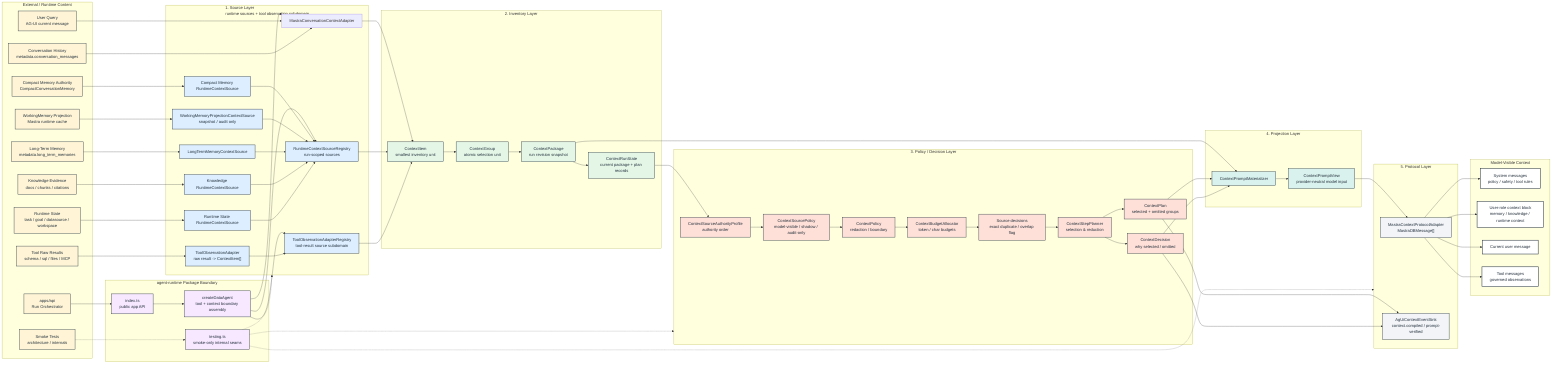
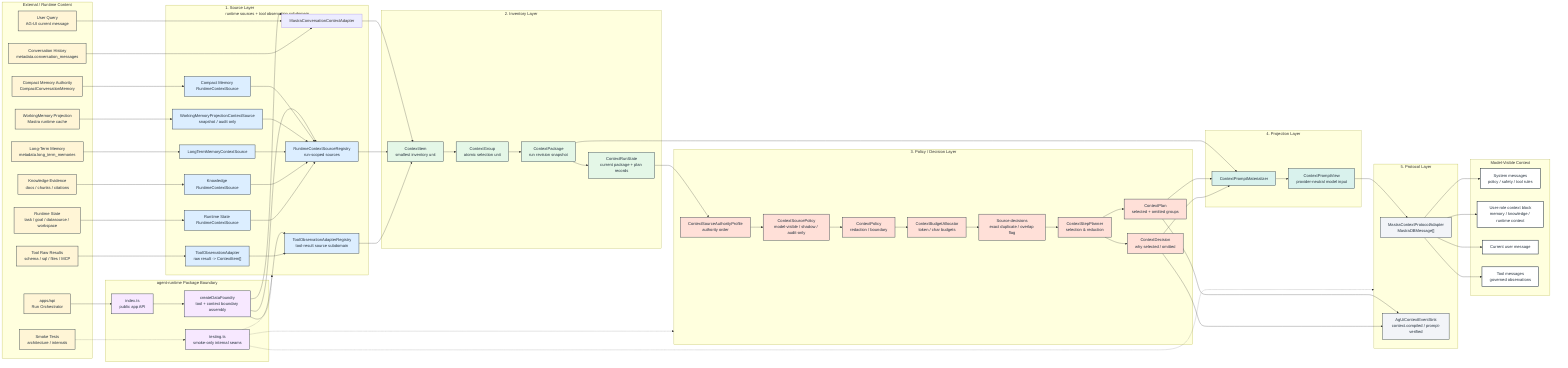
flowchart LR
  %% Context governance target pipeline.

  subgraph EXT["External / Runtime Content"]
    APP["apps/api<br/>Run Orchestrator"]
    SMOKE["Smoke Tests<br/>architecture / internals"]
    UQ["User Query<br/>AG-UI current message"]
    CH["Conversation History<br/>metadata.conversation_messages"]
    CM["Compact Memory Authority<br/>CompactConversationMemory"]
    WM["WorkingMemory Projection<br/>Mastra runtime cache"]
    LTM["Long-Term Memory<br/>metadata.long_term_memories"]
    KG["Knowledge Evidence<br/>docs / chunks / citations"]
    TS["Runtime State<br/>task / goal / datasource / workspace"]
    TR["Tool Raw Results<br/>schema / sql / files / MCP"]
  end

  subgraph API["agent-runtime Package Boundary"]
    PUBLIC["index.ts<br/>public app API"]
    TESTING["testing.ts<br/>smoke-only internal seams"]
-     AGENT["createDataAgent<br/>tool + context boundary assembly"]
+     AGENT["createDataFoundry<br/>tool + context boundary assembly"]
  end

  subgraph SOURCE["1. Source Layer<br/>runtime sources + tool observation subdomain"]
    RCSR["RuntimeContextSourceRegistry<br/>run-scoped sources"]
    TOAR["ToolObservationAdapterRegistry<br/>tool-result source subdomain"]
    MCA["MastraConversationContextAdapter"]
    CMS["Compact Memory RuntimeContextSource"]
    WMS["WorkingMemoryProjectionContextSource<br/>snapshot / audit only"]
    LTMS["LongTermMemoryContextSource"]
    KGS["Knowledge RuntimeContextSource"]
    RSS["Runtime State RuntimeContextSource"]
    TOA["ToolObservationAdapter<br/>raw result -> ContextItem[]"]
  end

  subgraph INVENTORY["2. Inventory Layer"]
    ITEM["ContextItem<br/>smallest inventory unit"]
    GROUP["ContextGroup<br/>atomic selection unit"]
    PKG["ContextPackage<br/>run revision snapshot"]
    STATE["ContextRunState<br/>current package + plan records"]
  end

  subgraph POLICY["3. Policy / Decision Layer"]
    AUTH["ContextSourceAuthorityProfile<br/>authority order"]
    SRC["ContextSourcePolicy<br/>model-visible / shadow / audit-only"]
    SEC["ContextPolicy<br/>redaction / boundary"]
    BUD["ContextBudgetAllocator<br/>token / char budgets"]
    CONFLICT["Source decisions<br/>exact duplicate / overlap flag"]
    SELECT["ContextStepPlanner<br/>selection & reduction"]
    PLANOBJ["ContextPlan<br/>selected + omitted groups"]
    DECISION["ContextDecision<br/>why selected / omitted"]
  end

  subgraph PROJ["4. Projection Layer"]
    PM["ContextPromptMaterializer"]
    PV["ContextPromptView<br/>provider-neutral model input"]
  end

  subgraph PROTO["5. Protocol Layer"]
    MASTRA["MastraContextProtocolAdapter<br/>MastraDBMessage[]"]
    AGUI["AgUiContextEventSink<br/>context.compiled / prompt-verified"]
  end

  subgraph MODEL["Model-Visible Context"]
    SYS["System messages<br/>policy / safety / tool rules"]
    USERCTX["User-role context block<br/>memory / knowledge / runtime context"]
    USER["Current user message"]
    TOOLMSG["Tool messages<br/>governed observations"]
  end

  APP --> PUBLIC
  PUBLIC --> AGENT
  SMOKE -.-> TESTING
  TESTING -.-> SOURCE
  TESTING -.-> POLICY
  TESTING -.-> PROTO

  AGENT --> MCA
  AGENT --> RCSR
  AGENT --> TOAR

  UQ --> MCA
  CH --> MCA
  CM --> CMS
  WM --> WMS
  LTM --> LTMS
  KG --> KGS
  TS --> RSS
  TR --> TOA

  MCA --> ITEM
  CMS --> RCSR
  WMS --> RCSR
  LTMS --> RCSR
  KGS --> RCSR
  RSS --> RCSR
  TOA --> TOAR

  RCSR --> ITEM
  TOAR --> ITEM
  ITEM --> GROUP
  GROUP --> PKG
  PKG --> STATE

  STATE --> AUTH
  AUTH --> SRC
  SRC --> SEC
  SEC --> BUD
  BUD --> CONFLICT

  CONFLICT --> SELECT
  SELECT --> PLANOBJ
  SELECT --> DECISION

  PKG --> PM
  PLANOBJ --> PM
  DECISION --> PM
  PM --> PV

  PV --> MASTRA
  PLANOBJ --> AGUI
  DECISION --> AGUI

  MASTRA --> SYS
  MASTRA --> USERCTX
  MASTRA --> USER
  MASTRA --> TOOLMSG

  classDef external fill:#FFF5D6,stroke:#24313D,color:#24313D,stroke-width:1.5px;
  classDef boundary fill:#F7E8FF,stroke:#24313D,color:#24313D,stroke-width:1.5px;
  classDef source fill:#DCEEFF,stroke:#24313D,color:#24313D,stroke-width:1.5px;
  classDef inventory fill:#E4F7E7,stroke:#24313D,color:#24313D,stroke-width:1.5px;
  classDef policy fill:#FFE0D8,stroke:#24313D,color:#24313D,stroke-width:1.5px;
  classDef projection fill:#D9F2ED,stroke:#24313D,color:#24313D,stroke-width:1.5px;
  classDef protocol fill:#F2F4F8,stroke:#24313D,color:#24313D,stroke-width:1.5px;
  classDef model fill:#FFFFFF,stroke:#24313D,color:#24313D,stroke-width:2px;

  class APP,SMOKE,UQ,CH,CM,WM,LTM,KG,TS,TR external;
  class PUBLIC,TESTING,AGENT boundary;
  class RCSR,TOAR,CMS,WMS,LTMS,KGS,RSS,TOA source;
  class ITEM,GROUP,PKG,STATE inventory;
  class AUTH,SRC,SEC,BUD,CONFLICT,SELECT,PLANOBJ,DECISION policy;
  class PM,PV projection;
  class MASTRA,AGUI protocol;
  class SYS,USERCTX,USER,TOOLMSG model;
